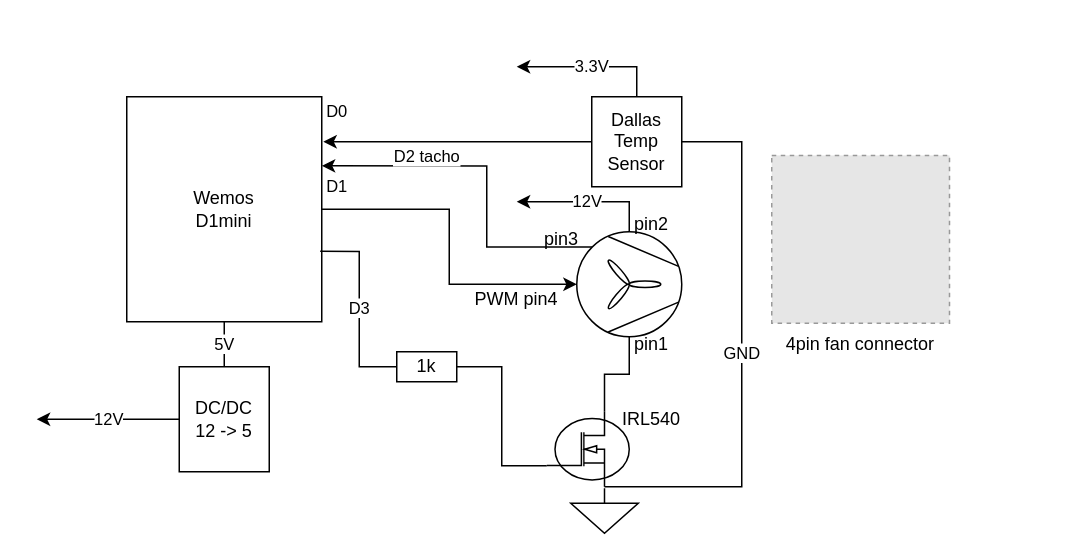
Before: img/wiring.drawio in sker65/esphome-fan-controller, a draw.io diagram. Source tidied: cells renumbered, new cells numbered last; positions are measured from the earlier drawing's top-left corner, leaving out a move shared by most shapes. Both pictures are drawn from the tidied source at 150%, with x=0, y=0 at pixel (36, 66). Pictures stored in the file or linked from it are replaced by grey dashed boxes.
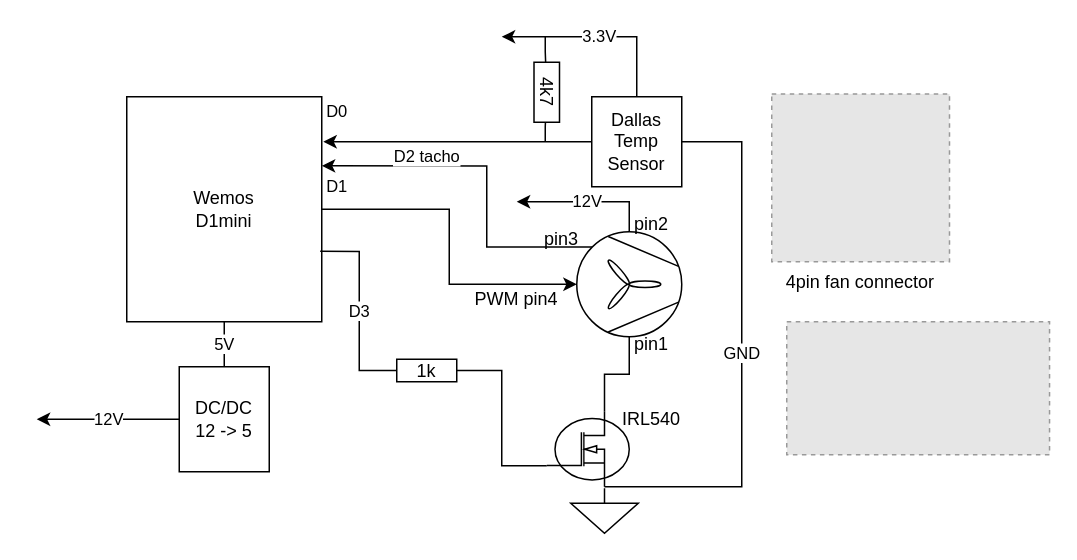
After the change.

The change refers to these unchanged cells:
```xml
<mxCell id="6" value="Dallas&lt;br&gt;Temp&lt;br&gt;Sensor" style="whiteSpace=wrap;html=1;" parent="1" vertex="1">
  <mxGeometry x="370" y="20" width="60" height="60" as="geometry" />
</mxCell>
```

Change to the diagram source:
```diff
@@
     <mxCell id="15" value="1k" style="rounded=0;whiteSpace=wrap;html=1;" parent="1" vertex="1">
-      <mxGeometry x="240" y="190" width="40" height="20" as="geometry" />
+      <mxGeometry x="240" y="195" width="40" height="15" as="geometry" />
     </mxCell>
@@
     <mxCell id="19" value="3.3V" style="edgeStyle=orthogonalEdgeStyle;rounded=0;jettySize=auto;html=1;endArrow=classic;endFill=1;" parent="1" edge="1" source="6">
       <mxGeometry relative="1" as="geometry">
-        <mxPoint x="320" as="targetPoint" />
+        <mxPoint x="310" y="-20" as="targetPoint" />
         <Array as="points">
-          <mxPoint x="400" />
+          <mxPoint x="400" y="-20" />
+          <mxPoint x="320" y="-20" />
         </Array>
       </mxGeometry>
     </mxCell>
@@
     <mxCell id="24" value="4pin fan connector" style="fillColor=#E6E6E6;strokeColor=#999999;dashed=1;verticalLabelPosition=bottom;labelBackgroundColor=default;verticalAlign=top;" parent="1" vertex="1">
-      <mxGeometry x="490" y="59.1" width="118.5" height="111.9" as="geometry" />
+      <mxGeometry x="490" y="18.1" width="118.5" height="111.9" as="geometry" />
     </mxCell>
@@
+    <mxCell id="26" style="fillColor=#E6E6E6;strokeColor=#999999;dashed=1;verticalLabelPosition=bottom;labelBackgroundColor=default;verticalAlign=top;" parent="1" vertex="1">
+      <mxGeometry x="500" y="170" width="175.2" height="88.7" as="geometry" />
+    </mxCell>
+    <mxCell id="27" style="edgeStyle=orthogonalEdgeStyle;rounded=0;jettySize=auto;html=1;startArrow=none;startFill=0;endArrow=none;endFill=0;" parent="1" edge="1" source="29">
+      <mxGeometry relative="1" as="geometry">
+        <mxPoint x="339" y="-20" as="targetPoint" />
+        <Array as="points">
+          <mxPoint x="339" y="-10" />
+          <mxPoint x="339" y="-10" />
+        </Array>
+      </mxGeometry>
+    </mxCell>
+    <mxCell id="28" style="edgeStyle=orthogonalEdgeStyle;rounded=0;jettySize=auto;html=1;startArrow=none;startFill=0;endArrow=none;endFill=0;" parent="1" edge="1" source="29">
+      <mxGeometry relative="1" as="geometry">
+        <mxPoint x="339" y="50" as="targetPoint" />
+        <Array as="points">
+          <mxPoint x="339" y="40" />
+          <mxPoint x="339" y="40" />
+        </Array>
+      </mxGeometry>
+    </mxCell>
+    <mxCell id="29" value="4k7" style="rounded=0;whiteSpace=wrap;html=1;rotation=90;" parent="1" vertex="1">
+      <mxGeometry x="320" y="8.5" width="40" height="17" as="geometry" />
+    </mxCell>
```
